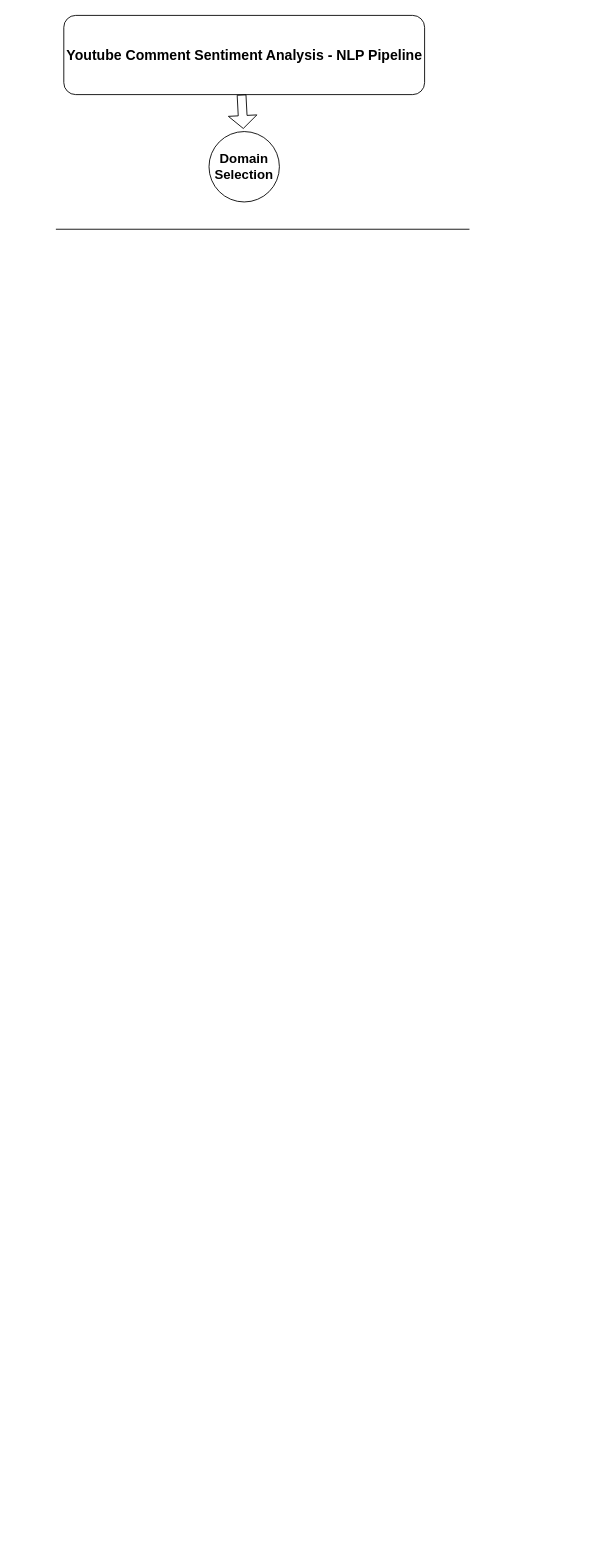
This is Untitled Diagram.drawio from mushfiq-tech/NLP, a draw.io file, before an edit. Source tidied: cells renumbered, new cells numbered last; positions are measured from the earlier drawing's top-left corner, leaving out a move shared by most shapes. Both pictures are drawn from the tidied source at 88%, with x=0, y=0 at pixel (55, 15).
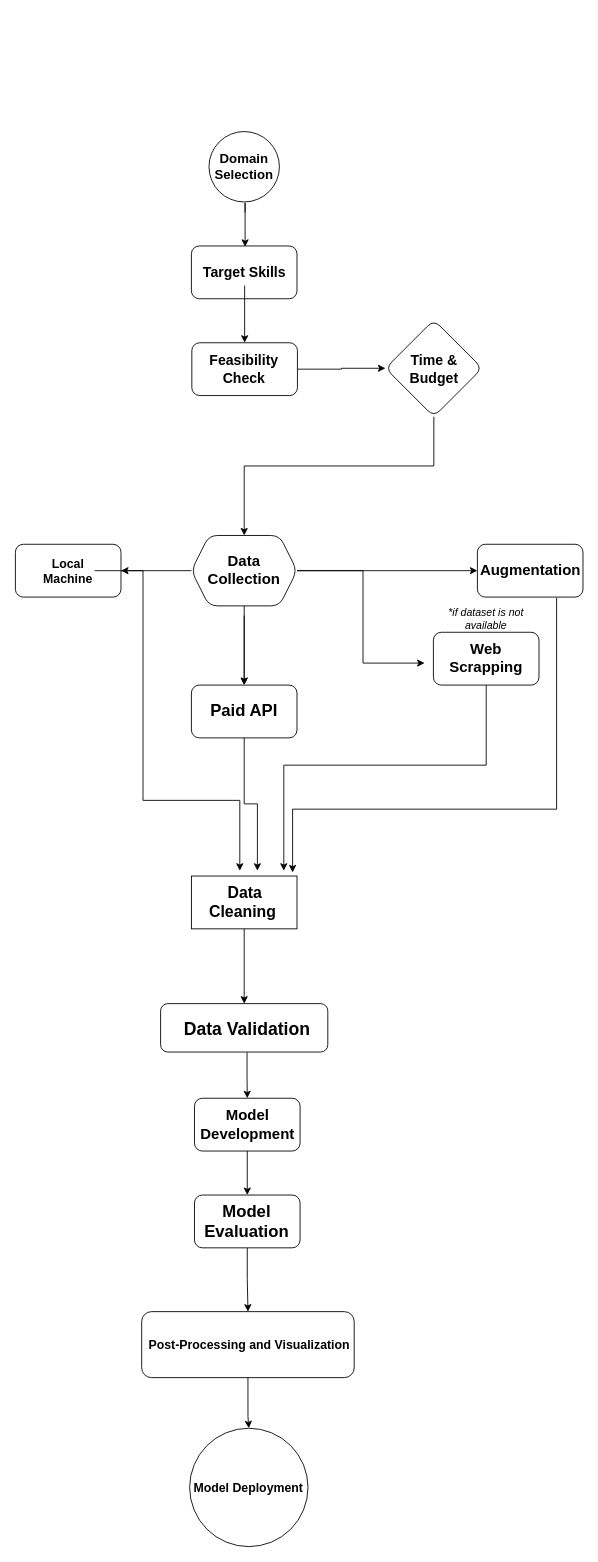
The same page after the edit.

Diff of the diagram source:
```diff
@@
-    <mxCell id="2" style="rounded=1;whiteSpace=wrap;html=1;" parent="1" vertex="1">
-      <mxGeometry x="9" width="410" height="90" as="geometry" />
-    </mxCell>
-    <mxCell id="3" value="Youtube Comment Sentiment Analysis - NLP Pipeline" style="text;html=1;align=center;verticalAlign=middle;rounded=0;fontSize=16;fontStyle=1;" parent="1" vertex="1">
-      <mxGeometry x="184" y="30" width="60" height="30" as="geometry" />
-    </mxCell>
@@
+    <mxCell id="8" style="edgeStyle=orthogonalEdgeStyle;rounded=0;orthogonalLoop=1;jettySize=auto;html=1;" parent="1" edge="1">
+      <mxGeometry relative="1" as="geometry">
+        <mxPoint x="215" y="224" as="sourcePoint" />
+        <mxPoint x="215" y="263" as="targetPoint" />
+        <Array as="points">
+          <mxPoint x="215" y="213" />
+          <mxPoint x="215" y="213" />
+        </Array>
+      </mxGeometry>
+    </mxCell>
@@
-    <mxCell id="6" style="shape=flexArrow;endArrow=classic;html=1;rounded=0;endWidth=21.42857142857143;endSize=4.542857142857144;" parent="1" edge="1">
-      <mxGeometry relative="1" as="geometry">
-        <mxPoint x="211" y="90" as="sourcePoint" />
-        <mxPoint x="213" y="129" as="targetPoint" />
-      </mxGeometry>
-    </mxCell>
-    <mxCell id="7" style="endArrow=none;html=1;rounded=0;" parent="1" edge="1">
-      <mxGeometry relative="1" as="geometry">
-        <mxPoint y="243" as="sourcePoint" />
-        <mxPoint x="470" y="243" as="targetPoint" />
-      </mxGeometry>
-    </mxCell>
+    <mxCell id="9" style="rounded=1;whiteSpace=wrap;html=1;" parent="1" vertex="1">
+      <mxGeometry x="154" y="262" width="120" height="60" as="geometry" />
+    </mxCell>
+    <mxCell id="10" style="edgeStyle=orthogonalEdgeStyle;rounded=0;jettySize=auto;html=1;" parent="1" edge="1" source="11" target="49">
+      <mxGeometry relative="1" as="geometry" />
+    </mxCell>
+    <mxCell id="11" value="Target Skills" style="text;html=1;align=center;verticalAlign=middle;whiteSpace=wrap;rounded=0;strokeWidth=3;fontSize=16;fontStyle=1;" parent="1" vertex="1">
+      <mxGeometry x="162" y="277" width="105" height="30" as="geometry" />
+    </mxCell>
+    <mxCell id="12" style="edgeStyle=orthogonalEdgeStyle;rounded=0;jettySize=auto;html=1;" parent="1" edge="1" source="16" target="20">
+      <mxGeometry relative="1" as="geometry" />
+    </mxCell>
+    <mxCell id="13" style="edgeStyle=orthogonalEdgeStyle;rounded=0;jettySize=auto;html=1;" parent="1" edge="1" source="16" target="22">
+      <mxGeometry relative="1" as="geometry" />
+    </mxCell>
+    <mxCell id="14" style="edgeStyle=orthogonalEdgeStyle;rounded=0;jettySize=auto;html=1;" parent="1" edge="1" source="16" target="25">
+      <mxGeometry relative="1" as="geometry" />
+    </mxCell>
+    <mxCell id="15" style="edgeStyle=orthogonalEdgeStyle;rounded=0;jettySize=auto;html=1;" parent="1" edge="1" source="16">
+      <mxGeometry relative="1" as="geometry">
+        <mxPoint x="419" y="736" as="targetPoint" />
+        <Array as="points">
+          <mxPoint x="349" y="631" />
+          <mxPoint x="349" y="736" />
+          <mxPoint x="399" y="736" />
+        </Array>
+      </mxGeometry>
+    </mxCell>
+    <mxCell id="16" style="shape=hexagon;perimeter=hexagonPerimeter2;whiteSpace=wrap;html=1;fixedSize=1;rounded=1;" parent="1" vertex="1">
+      <mxGeometry x="154" y="591" width="120" height="80" as="geometry" />
+    </mxCell>
+    <mxCell id="17" style="edgeStyle=orthogonalEdgeStyle;rounded=0;orthogonalLoop=1;jettySize=auto;html=1;" parent="1" edge="1">
+      <mxGeometry relative="1" as="geometry">
+        <mxPoint x="214" y="682" as="sourcePoint" />
+        <mxPoint x="214" y="761" as="targetPoint" />
+      </mxGeometry>
+    </mxCell>
+    <mxCell id="18" value="Data Collection" style="text;html=1;align=center;verticalAlign=middle;whiteSpace=wrap;rounded=0;fontSize=17;fontStyle=1;" parent="1" vertex="1">
+      <mxGeometry x="184" y="616" width="60" height="30" as="geometry" />
+    </mxCell>
+    <mxCell id="19" style="edgeStyle=orthogonalEdgeStyle;rounded=0;jettySize=auto;html=1;" parent="1" edge="1" source="20">
+      <mxGeometry relative="1" as="geometry">
+        <mxPoint x="229" y="972" as="targetPoint" />
+        <Array as="points">
+          <mxPoint x="214" y="896" />
+          <mxPoint x="229" y="896" />
+        </Array>
+      </mxGeometry>
+    </mxCell>
+    <mxCell id="20" style="whiteSpace=wrap;html=1;rounded=1;" parent="1" vertex="1">
+      <mxGeometry x="154" y="761" width="120" height="60" as="geometry" />
+    </mxCell>
+    <mxCell id="21" value="Paid API" style="text;html=1;align=center;verticalAlign=middle;whiteSpace=wrap;rounded=0;fontSize=19;fontStyle=1;" parent="1" vertex="1">
+      <mxGeometry x="169" y="776" width="90" height="30" as="geometry" />
+    </mxCell>
+    <mxCell id="22" style="whiteSpace=wrap;html=1;rounded=1;" parent="1" vertex="1">
+      <mxGeometry x="-46" y="601" width="120" height="60" as="geometry" />
+    </mxCell>
+    <mxCell id="23" style="edgeStyle=orthogonalEdgeStyle;rounded=0;jettySize=auto;html=1;" parent="1" edge="1" source="24">
+      <mxGeometry relative="1" as="geometry">
+        <mxPoint x="209" y="972" as="targetPoint" />
+        <Array as="points">
+          <mxPoint x="99" y="631" />
+          <mxPoint x="99" y="892" />
+          <mxPoint x="209" y="892" />
+        </Array>
+      </mxGeometry>
+    </mxCell>
+    <mxCell id="24" value="Local Machine" style="text;html=1;align=center;verticalAlign=middle;whiteSpace=wrap;rounded=0;fontSize=14;fontStyle=1;" parent="1" vertex="1">
+      <mxGeometry x="-16" y="616" width="60" height="30" as="geometry" />
+    </mxCell>
+    <mxCell id="25" style="whiteSpace=wrap;html=1;rounded=1;" parent="1" vertex="1">
+      <mxGeometry x="479" y="601" width="120" height="60" as="geometry" />
+    </mxCell>
+    <mxCell id="26" style="edgeStyle=orthogonalEdgeStyle;rounded=0;orthogonalLoop=1;jettySize=auto;html=1;" parent="1" edge="1">
+      <mxGeometry relative="1" as="geometry">
+        <mxPoint x="569" y="662" as="sourcePoint" />
+        <mxPoint x="269" y="973.9" as="targetPoint" />
+        <Array as="points">
+          <mxPoint x="569" y="902" />
+          <mxPoint x="269" y="902" />
+        </Array>
+      </mxGeometry>
+    </mxCell>
+    <mxCell id="27" value="Augmentation" style="text;html=1;align=center;verticalAlign=middle;whiteSpace=wrap;rounded=0;fontSize=17;fontStyle=1;" parent="1" vertex="1">
+      <mxGeometry x="491.5" y="616" width="95" height="30" as="geometry" />
+    </mxCell>
+    <mxCell id="28" style="edgeStyle=orthogonalEdgeStyle;rounded=0;jettySize=auto;html=1;" parent="1" edge="1" source="29">
+      <mxGeometry relative="1" as="geometry">
+        <mxPoint x="259" y="972" as="targetPoint" />
+        <Array as="points">
+          <mxPoint x="489" y="852" />
+          <mxPoint x="259" y="852" />
+        </Array>
+      </mxGeometry>
+    </mxCell>
+    <mxCell id="29" style="rounded=1;whiteSpace=wrap;html=1;" parent="1" vertex="1">
+      <mxGeometry x="429" y="701" width="120" height="60" as="geometry" />
+    </mxCell>
+    <mxCell id="30" value="Web Scrapping" style="text;html=1;align=center;verticalAlign=middle;whiteSpace=wrap;rounded=0;fontSize=17;fontStyle=1;" parent="1" vertex="1">
+      <mxGeometry x="459" y="716" width="60" height="30" as="geometry" />
+    </mxCell>
+    <mxCell id="31" style="edgeStyle=orthogonalEdgeStyle;rounded=0;jettySize=auto;html=1;" parent="1" edge="1" source="32" target="34">
+      <mxGeometry relative="1" as="geometry" />
+    </mxCell>
+    <mxCell id="32" style="whiteSpace=wrap;html=1;" parent="1" vertex="1">
+      <mxGeometry x="154" y="978" width="120" height="60" as="geometry" />
+    </mxCell>
+    <mxCell id="33" value="Data Cleaning&amp;nbsp;" style="text;html=1;align=center;verticalAlign=middle;whiteSpace=wrap;rounded=0;fontSize=18;fontStyle=1;" parent="1" vertex="1">
+      <mxGeometry x="184.5" y="993" width="60" height="30" as="geometry" />
+    </mxCell>
+    <mxCell id="34" style="rounded=1;whiteSpace=wrap;html=1;" parent="1" vertex="1">
+      <mxGeometry x="119" y="1123" width="190" height="55" as="geometry" />
+    </mxCell>
+    <mxCell id="35" style="edgeStyle=orthogonalEdgeStyle;rounded=0;jettySize=auto;html=1;exitX=0.517;exitY=1.008;exitDx=0;exitDy=0;exitPerimeter=0;" parent="1" edge="1" source="34" target="37">
+      <mxGeometry relative="1" as="geometry" />
+    </mxCell>
+    <mxCell id="36" value="Data Validation" style="text;html=1;align=center;verticalAlign=middle;whiteSpace=wrap;rounded=0;fontSize=20;fontStyle=1;" parent="1" vertex="1">
+      <mxGeometry x="121.9" y="1135.5" width="191.2" height="30" as="geometry" />
+    </mxCell>
+    <mxCell id="37" style="rounded=1;whiteSpace=wrap;html=1;" parent="1" vertex="1">
+      <mxGeometry x="157.5" y="1230.5" width="120" height="60" as="geometry" />
+    </mxCell>
+    <mxCell id="38" style="edgeStyle=orthogonalEdgeStyle;rounded=0;jettySize=auto;html=1;exitX=0.5;exitY=1;exitDx=0;exitDy=0;" parent="1" edge="1" source="37" target="41">
+      <mxGeometry relative="1" as="geometry" />
+    </mxCell>
+    <mxCell id="39" value="Model Development" style="text;html=1;align=center;verticalAlign=middle;whiteSpace=wrap;rounded=0;fontSize=17;fontStyle=1;" parent="1" vertex="1">
+      <mxGeometry x="187.5" y="1245.5" width="60" height="30" as="geometry" />
+    </mxCell>
+    <mxCell id="40" style="edgeStyle=orthogonalEdgeStyle;rounded=0;jettySize=auto;html=1;" parent="1" edge="1" source="41" target="43">
+      <mxGeometry relative="1" as="geometry" />
+    </mxCell>
+    <mxCell id="41" style="rounded=1;whiteSpace=wrap;html=1;" parent="1" vertex="1">
+      <mxGeometry x="157.5" y="1340.5" width="120" height="60" as="geometry" />
+    </mxCell>
+    <mxCell id="42" value="Model Evaluation" style="text;html=1;align=center;verticalAlign=middle;whiteSpace=wrap;rounded=0;fontSize=19;fontStyle=1;" parent="1" vertex="1">
+      <mxGeometry x="187" y="1356" width="60" height="30" as="geometry" />
+    </mxCell>
+    <mxCell id="43" style="rounded=1;whiteSpace=wrap;html=1;" parent="1" vertex="1">
+      <mxGeometry x="97.5" y="1473" width="241.5" height="75" as="geometry" />
+    </mxCell>
+    <mxCell id="44" style="edgeStyle=orthogonalEdgeStyle;rounded=0;jettySize=auto;html=1;exitX=0.5;exitY=1;exitDx=0;exitDy=0;" parent="1" edge="1" source="43" target="46">
+      <mxGeometry relative="1" as="geometry">
+        <Array as="points">
+          <mxPoint x="218" y="1592" />
+          <mxPoint x="218" y="1592" />
+        </Array>
+      </mxGeometry>
+    </mxCell>
+    <mxCell id="45" value="Post-Processing and Visualization" style="text;html=1;align=center;verticalAlign=middle;whiteSpace=wrap;rounded=0;fontSize=14;fontStyle=1;" parent="1" vertex="1">
+      <mxGeometry x="90" y="1495.5" width="260" height="30" as="geometry" />
+    </mxCell>
+    <mxCell id="46" style="ellipse;whiteSpace=wrap;html=1;" parent="1" vertex="1">
+      <mxGeometry x="152" y="1605.5" width="134.5" height="134.5" as="geometry" />
+    </mxCell>
+    <mxCell id="47" value="Model Deployment" style="text;html=1;align=center;verticalAlign=middle;whiteSpace=wrap;rounded=0;fontSize=14;fontStyle=1;" parent="1" vertex="1">
+      <mxGeometry x="144" y="1657.8" width="150" height="30" as="geometry" />
+    </mxCell>
+    <mxCell id="48" style="edgeStyle=orthogonalEdgeStyle;rounded=0;jettySize=auto;html=1;" parent="1" edge="1" source="49" target="52">
+      <mxGeometry relative="1" as="geometry" />
+    </mxCell>
+    <mxCell id="49" style="rounded=1;whiteSpace=wrap;html=1;" parent="1" vertex="1">
+      <mxGeometry x="154.5" y="372" width="120" height="60" as="geometry" />
+    </mxCell>
+    <mxCell id="50" value="Feasibility Check" style="text;html=1;align=center;verticalAlign=middle;whiteSpace=wrap;rounded=0;fontSize=16;fontStyle=1;" parent="1" vertex="1">
+      <mxGeometry x="184" y="387" width="60" height="30" as="geometry" />
+    </mxCell>
+    <mxCell id="51" style="edgeStyle=orthogonalEdgeStyle;rounded=0;jettySize=auto;html=1;entryX=0.5;entryY=0;entryDx=0;entryDy=0;" parent="1" edge="1" source="52" target="16">
+      <mxGeometry relative="1" as="geometry">
+        <Array as="points">
+          <mxPoint x="430" y="512" />
+          <mxPoint x="214" y="512" />
+        </Array>
+      </mxGeometry>
+    </mxCell>
+    <mxCell id="52" style="rhombus;whiteSpace=wrap;html=1;rounded=1;" parent="1" vertex="1">
+      <mxGeometry x="374.5" y="346" width="110" height="110" as="geometry" />
+    </mxCell>
+    <mxCell id="53" value="Time &amp;amp; Budget" style="text;html=1;align=center;verticalAlign=middle;whiteSpace=wrap;rounded=0;fontSize=16;fontStyle=1;" parent="1" vertex="1">
+      <mxGeometry x="399.5" y="387" width="60" height="30" as="geometry" />
+    </mxCell>
+    <mxCell id="54" value="&lt;i&gt;*if dataset is not available&lt;/i&gt;" style="text;html=1;align=center;verticalAlign=middle;whiteSpace=wrap;rounded=0;" parent="1" vertex="1">
+      <mxGeometry x="439" y="671" width="100" height="30" as="geometry" />
+    </mxCell>
```
